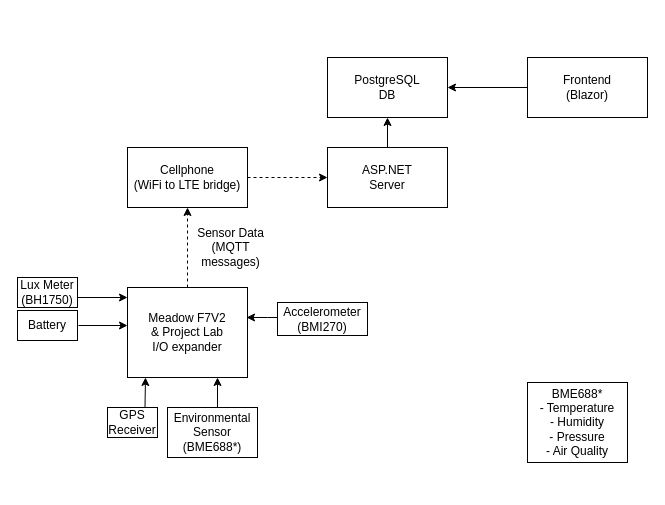
markjamesm/CycleStream keeps this draw.io diagram as project-planning/CycleStream-project-architecture.drawio. Above is the earlier version. Source tidied: cells renumbered, new cells numbered last; positions are measured from the earlier drawing's top-left corner, leaving out a move shared by most shapes. Both pictures are drawn from the tidied source at 100%, with x=0, y=0 at pixel (17, 57).
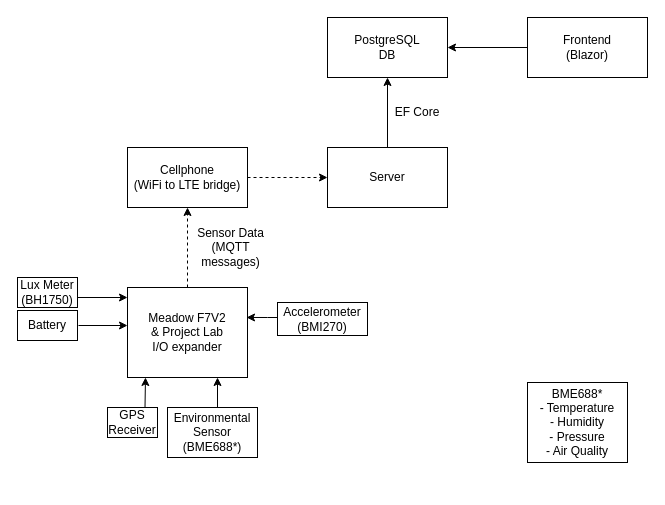
Above is the later version.

Commit message (it also covers changes not shown here):
Updated Project architecture diagram

The edit, as a diff of the source:
```diff
@@
     <mxCell id="4" value="&lt;div&gt;Frontend&lt;/div&gt;&lt;div&gt;(Blazor)&lt;br&gt;&lt;/div&gt;" style="rounded=0;whiteSpace=wrap;html=1;" parent="1" vertex="1">
-      <mxGeometry x="510" width="120" height="60" as="geometry" />
+      <mxGeometry x="510" y="-40" width="120" height="60" as="geometry" />
     </mxCell>
@@
-    <mxCell id="7" value="ASP.NET&lt;br&gt;Server" style="rounded=0;whiteSpace=wrap;html=1;" parent="1" vertex="1">
+    <mxCell id="7" value="Server" style="rounded=0;whiteSpace=wrap;html=1;" parent="1" vertex="1">
       <mxGeometry x="310" y="90" width="120" height="60" as="geometry" />
     </mxCell>
     <mxCell id="8" value="PostgreSQL&lt;br&gt;DB" style="rounded=0;whiteSpace=wrap;html=1;" parent="1" vertex="1">
-      <mxGeometry x="310" width="120" height="60" as="geometry" />
+      <mxGeometry x="310" y="-40" width="120" height="60" as="geometry" />
     </mxCell>
@@
+    <mxCell id="23" value="EF Core" style="text;html=1;strokeColor=none;fillColor=none;align=center;verticalAlign=middle;whiteSpace=wrap;rounded=0;" parent="1" vertex="1">
+      <mxGeometry x="370" y="40" width="60" height="30" as="geometry" />
+    </mxCell>
```
